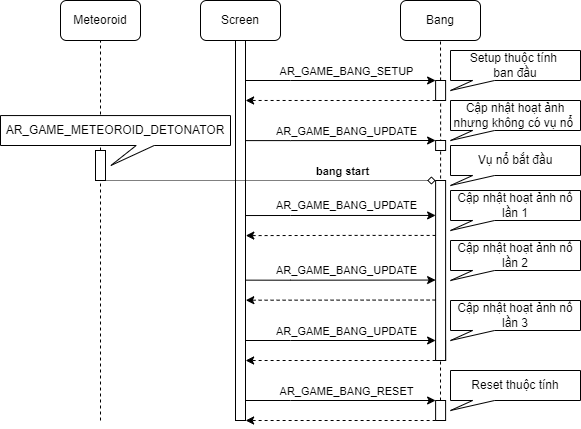
Earlier version of the draw.io export images/bang_sequence.png (QuocBuu/tai_lieu_archery_game). Source tidied: cells renumbered, new cells last; positions are measured from the earlier drawing's top-left corner, leaving out a move shared by most shapes.
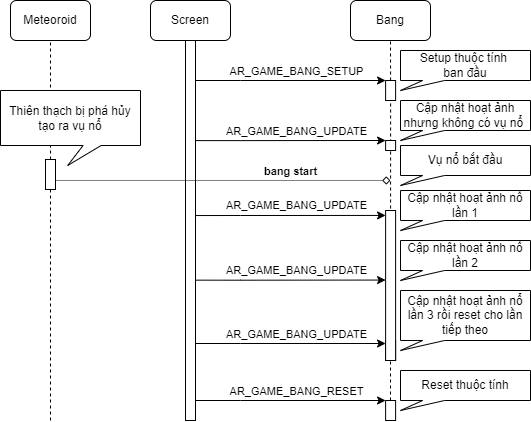
Above is the later version.

The edit, as a diff of the source:
```diff
@@ -44,15 +44,6 @@
         <mxPoint x="440" y="400" as="sourcePoint" />
       </mxGeometry>
     </mxCell>
-    <mxCell id="12" style="edgeStyle=orthogonalEdgeStyle;rounded=0;jettySize=auto;html=1;exitX=0;exitY=1;exitDx=0;exitDy=0;entryX=1;entryY=0.147;entryDx=0;entryDy=0;entryPerimeter=0;dashed=1;" parent="1" edge="1" source="13">
-      <mxGeometry relative="1" as="geometry">
-        <mxPoint x="245.1" y="100" as="targetPoint" />
-        <Array as="points">
-          <mxPoint x="360.1" y="100" />
-          <mxPoint x="360.1" y="100" />
-        </Array>
-      </mxGeometry>
-    </mxCell>
     <mxCell id="13" style="rounded=0;whiteSpace=wrap;html=1;" parent="1" vertex="1">
       <mxGeometry x="435.1" y="80" width="10" height="20" as="geometry" />
     </mxCell>
@@ -62,7 +53,7 @@
       </mxGeometry>
     </mxCell>
     <mxCell id="15" style="rounded=0;whiteSpace=wrap;html=1;" parent="1" vertex="1">
-      <mxGeometry x="95" y="150" width="10" height="30" as="geometry" />
+      <mxGeometry x="95" y="159" width="10" height="30" as="geometry" />
     </mxCell>
     <mxCell id="16" style="edgeStyle=orthogonalEdgeStyle;rounded=0;jettySize=auto;html=1;entryX=0;entryY=0;entryDx=0;entryDy=0;exitX=0.989;exitY=0.265;exitDx=0;exitDy=0;exitPerimeter=0;" parent="1" edge="1" target="18">
       <mxGeometry relative="1" as="geometry">
@@ -80,11 +71,12 @@
     <mxCell id="18" style="rounded=0;whiteSpace=wrap;html=1;" parent="1" vertex="1">
       <mxGeometry x="435.1" y="140" width="10" height="10" as="geometry" />
     </mxCell>
-    <mxCell id="19" style="edgeStyle=orthogonalEdgeStyle;rounded=0;jettySize=auto;html=1;entryX=0;entryY=0;entryDx=0;entryDy=0;exitX=0.989;exitY=0.265;exitDx=0;exitDy=0;exitPerimeter=0;" parent="1" edge="1" target="22">
+    <mxCell id="19" style="edgeStyle=orthogonalEdgeStyle;rounded=0;orthogonalLoop=1;jettySize=auto;html=1;entryX=0;entryY=0;entryDx=0;entryDy=0;exitX=0.989;exitY=0.265;exitDx=0;exitDy=0;exitPerimeter=0;" parent="1" edge="1">
       <mxGeometry relative="1" as="geometry">
-        <mxPoint x="245.1" y="340" as="sourcePoint" />
+        <mxPoint x="245.1" y="343" as="sourcePoint" />
+        <mxPoint x="435.1" y="343" as="targetPoint" />
         <Array as="points">
-          <mxPoint x="290.1" y="340" />
+          <mxPoint x="290.1" y="343" />
         </Array>
       </mxGeometry>
     </mxCell>
@@ -93,19 +85,12 @@
         <mxPoint x="8" y="-12" as="offset" />
       </mxGeometry>
     </mxCell>
-    <mxCell id="21" style="edgeStyle=orthogonalEdgeStyle;rounded=0;jettySize=auto;html=1;exitX=0;exitY=1;exitDx=0;exitDy=0;dashed=1;entryX=1.019;entryY=0.324;entryDx=0;entryDy=0;entryPerimeter=0;" parent="1" edge="1" source="22">
-      <mxGeometry relative="1" as="geometry">
-        <mxPoint x="245.1" y="360" as="targetPoint" />
-        <Array as="points">
-          <mxPoint x="360.1" y="360" />
-        </Array>
-      </mxGeometry>
-    </mxCell>
     <mxCell id="22" style="rounded=0;whiteSpace=wrap;html=1;" parent="1" vertex="1">
       <mxGeometry x="435.1" y="340" width="10" height="20" as="geometry" />
     </mxCell>
-    <mxCell id="23" style="edgeStyle=orthogonalEdgeStyle;rounded=0;jettySize=auto;html=1;entryX=0;entryY=0;entryDx=0;entryDy=0;exitX=1;exitY=1;exitDx=0;exitDy=0;endArrow=diamond;endFill=0;dashed=1;dashPattern=1 1;" parent="1" edge="1" source="15" target="25">
+    <mxCell id="23" style="edgeStyle=orthogonalEdgeStyle;rounded=0;jettySize=auto;html=1;exitX=1;exitY=1;exitDx=0;exitDy=0;endArrow=diamond;endFill=0;dashed=1;dashPattern=1 1;" parent="1" edge="1" source="15">
       <mxGeometry relative="1" as="geometry">
+        <mxPoint x="440" y="180" as="targetPoint" />
         <Array as="points">
           <mxPoint x="105" y="180" />
         </Array>
@@ -117,7 +102,7 @@
       </mxGeometry>
     </mxCell>
     <mxCell id="25" style="rounded=0;whiteSpace=wrap;html=1;" parent="1" vertex="1">
-      <mxGeometry x="435.1" y="180" width="10" height="180" as="geometry" />
+      <mxGeometry x="435.1" y="210" width="10" height="150" as="geometry" />
     </mxCell>
     <mxCell id="26" style="edgeStyle=orthogonalEdgeStyle;rounded=0;orthogonalLoop=1;jettySize=auto;html=1;entryX=0;entryY=0;entryDx=0;entryDy=0;exitX=0.989;exitY=0.265;exitDx=0;exitDy=0;exitPerimeter=0;" parent="1" edge="1">
       <mxGeometry relative="1" as="geometry">
@@ -133,15 +118,6 @@
         <mxPoint x="8" y="-12" as="offset" />
       </mxGeometry>
     </mxCell>
-    <mxCell id="28" style="edgeStyle=orthogonalEdgeStyle;rounded=0;orthogonalLoop=1;jettySize=auto;html=1;exitX=0;exitY=1;exitDx=0;exitDy=0;dashed=1;entryX=1.019;entryY=0.324;entryDx=0;entryDy=0;entryPerimeter=0;" parent="1" edge="1">
-      <mxGeometry relative="1" as="geometry">
-        <mxPoint x="435.1" y="234.9" as="sourcePoint" />
-        <mxPoint x="245.3" y="235.1" as="targetPoint" />
-        <Array as="points">
-          <mxPoint x="360.1" y="234.9" />
-        </Array>
-      </mxGeometry>
-    </mxCell>
     <mxCell id="29" style="edgeStyle=orthogonalEdgeStyle;rounded=0;jettySize=auto;html=1;entryX=0;entryY=0;entryDx=0;entryDy=0;exitX=0.989;exitY=0.265;exitDx=0;exitDy=0;exitPerimeter=0;" parent="1" edge="1" target="32">
       <mxGeometry relative="1" as="geometry">
         <mxPoint x="245.1" y="400" as="sourcePoint" />
@@ -155,14 +131,6 @@
         <mxPoint x="8" y="-12" as="offset" />
       </mxGeometry>
     </mxCell>
-    <mxCell id="31" style="edgeStyle=orthogonalEdgeStyle;rounded=0;jettySize=auto;html=1;exitX=0;exitY=1;exitDx=0;exitDy=0;dashed=1;entryX=1.019;entryY=0.324;entryDx=0;entryDy=0;entryPerimeter=0;" parent="1" edge="1" source="32">
-      <mxGeometry relative="1" as="geometry">
-        <mxPoint x="245.1" y="420" as="targetPoint" />
-        <Array as="points">
-          <mxPoint x="360.1" y="420" />
-        </Array>
-      </mxGeometry>
-    </mxCell>
     <mxCell id="32" style="rounded=0;whiteSpace=wrap;html=1;" parent="1" vertex="1">
       <mxGeometry x="435.1" y="400" width="10" height="20" as="geometry" />
     </mxCell>
@@ -181,14 +149,14 @@
     <mxCell id="37" value="Cập nhật hoạt ảnh nổ lần 2" style="shape=callout;whiteSpace=wrap;html=1;perimeter=calloutPerimeter;position2=0;base=22;size=10;position=0.17;" parent="1" vertex="1">
       <mxGeometry x="450" y="240" width="130" height="40" as="geometry" />
     </mxCell>
-    <mxCell id="38" value="Cập nhật hoạt ảnh nổ lần 3" style="shape=callout;whiteSpace=wrap;html=1;perimeter=calloutPerimeter;position2=0;base=22;size=10;position=0.17;" parent="1" vertex="1">
-      <mxGeometry x="450" y="300" width="130" height="40" as="geometry" />
+    <mxCell id="38" value="Cập nhật hoạt ảnh nổ lần 3 rồi reset cho lần tiếp theo" style="shape=callout;whiteSpace=wrap;html=1;perimeter=calloutPerimeter;position2=0;base=22;size=10;position=0.17;" parent="1" vertex="1">
+      <mxGeometry x="450" y="290" width="130" height="60" as="geometry" />
     </mxCell>
     <mxCell id="39" value="Reset thuộc tính" style="shape=callout;whiteSpace=wrap;html=1;perimeter=calloutPerimeter;position2=0;base=22;size=10;position=0.17;" parent="1" vertex="1">
       <mxGeometry x="450" y="370" width="130" height="40" as="geometry" />
     </mxCell>
-    <mxCell id="40" value="AR_GAME_METEOROID_DETONATOR" style="shape=callout;whiteSpace=wrap;html=1;perimeter=calloutPerimeter;position2=0.48;base=18;size=20;position=0.59;" parent="1" vertex="1">
-      <mxGeometry y="115.1" width="230" height="49.9" as="geometry" />
+    <mxCell id="40" value="Thiên thạch bị phá hủy tạo ra vụ nổ" style="shape=callout;whiteSpace=wrap;html=1;perimeter=calloutPerimeter;position2=0.48;base=18;size=20;position=0.59;" parent="1" vertex="1">
+      <mxGeometry x="50" y="90" width="140" height="75" as="geometry" />
     </mxCell>
     <mxCell id="41" style="edgeStyle=orthogonalEdgeStyle;rounded=0;orthogonalLoop=1;jettySize=auto;html=1;entryX=0;entryY=0;entryDx=0;entryDy=0;exitX=0.989;exitY=0.265;exitDx=0;exitDy=0;exitPerimeter=0;" parent="1" edge="1">
       <mxGeometry relative="1" as="geometry">
@@ -204,14 +172,5 @@
         <mxPoint x="8" y="-12" as="offset" />
       </mxGeometry>
     </mxCell>
-    <mxCell id="43" style="edgeStyle=orthogonalEdgeStyle;rounded=0;orthogonalLoop=1;jettySize=auto;html=1;exitX=0;exitY=1;exitDx=0;exitDy=0;dashed=1;entryX=1.019;entryY=0.324;entryDx=0;entryDy=0;entryPerimeter=0;" parent="1" edge="1">
-      <mxGeometry relative="1" as="geometry">
-        <mxPoint x="435.1" y="299.5" as="sourcePoint" />
-        <mxPoint x="245.3" y="299.7" as="targetPoint" />
-        <Array as="points">
-          <mxPoint x="360.1" y="299.6" />
-        </Array>
-      </mxGeometry>
-    </mxCell>
   </root>
 </mxGraphModel>
```
